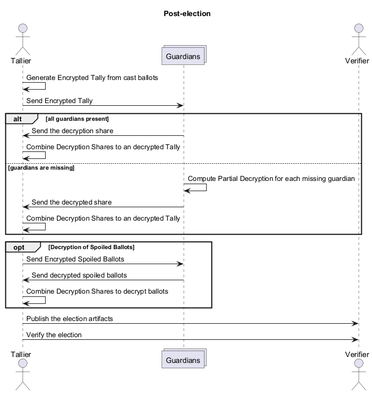
This is docs/thesis/abbildungen/Diagramme/communication-seq2.png from Mudderschiff/IoT-election, a PlantUML export, as it was before one commit.
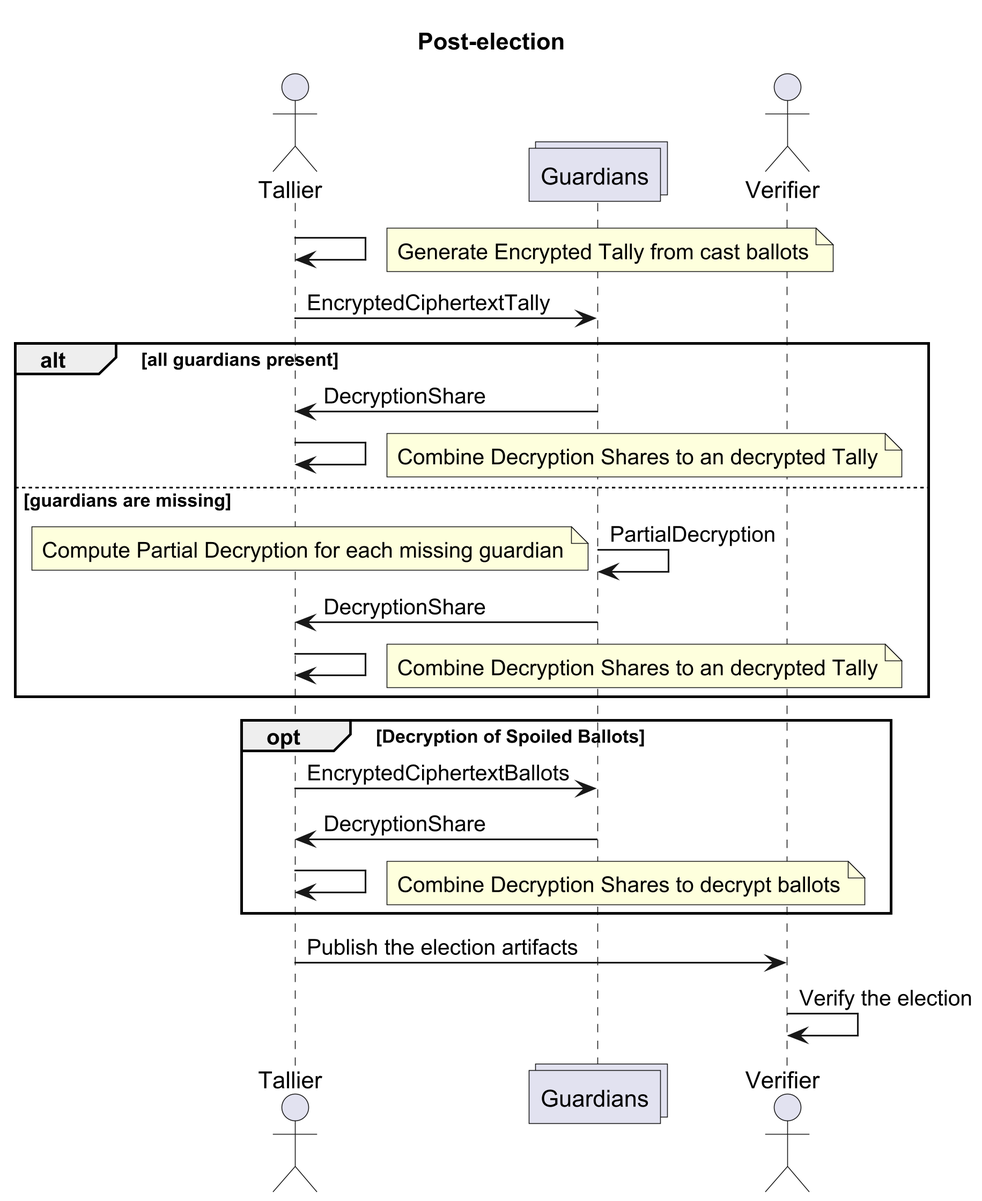
The same diagram one commit later.

What changed in the source:
```diff
@@ -1,24 +1,30 @@
 @startuml
+skinparam dpi 300
 hide unlinked
 actor Tallier as T
 collections Guardians as G
 actor Verifier as V
 title Post-election
-T -> T : Generate Encrypted Tally from cast ballots
-T -> G : Send Encrypted Tally
+T -> T :
+note right: Generate Encrypted Tally from cast ballots
+T -> G : EncryptedCiphertextTally
 alt all guardians present
-    G -> T : Send the decryption share
-    T -> T : Combine Decryption Shares to an decrypted Tally
+    G -> T : DecryptionShare
+    T -> T :
+note right: Combine Decryption Shares to an decrypted Tally
 else guardians are missing
-    G -> G : Compute Partial Decryption for each missing guardian
-    G -> T : Send the decrypted share
-    T -> T : Combine Decryption Shares to an decrypted Tally
+    G -> G : PartialDecryption
+note left: Compute Partial Decryption for each missing guardian
+    G -> T : DecryptionShare
+    T -> T :
+note right: Combine Decryption Shares to an decrypted Tally
 end
 opt Decryption of Spoiled Ballots
-    T -> G : Send Encrypted Spoiled Ballots
-    G -> T : Send decrypted spoiled ballots
-    T -> T : Combine Decryption Shares to decrypt ballots
+    T -> G : EncryptedCiphertextBallots
+    G -> T : DecryptionShare
+    T -> T :
+note right: Combine Decryption Shares to decrypt ballots
 end
 T -> V : Publish the election artifacts
-T -> V : Verify the election
+V -> V : Verify the election
 @enduml
```
